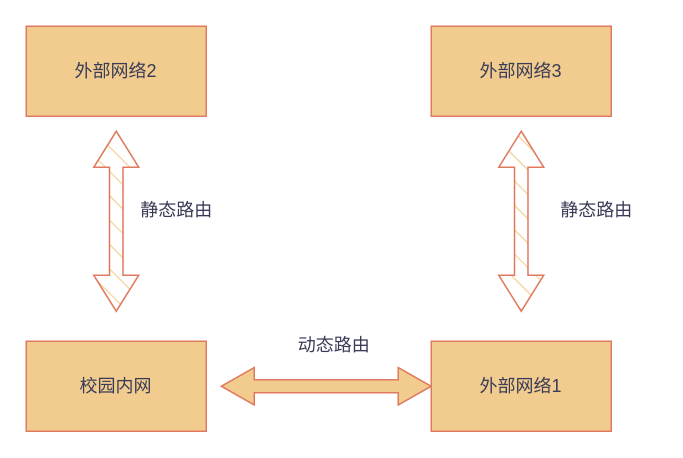
This is page "第 1 页" (1 of 3) of 未命名绘图.drawio from yyy-router/drawio, a draw.io file, before an edit. Source tidied: cells renumbered, new cells numbered last; positions are measured from the earlier drawing's top-left corner, leaving out a move shared by most shapes. Both pictures are drawn from the tidied source at 150%, with x=0, y=0 at pixel (26, 26).
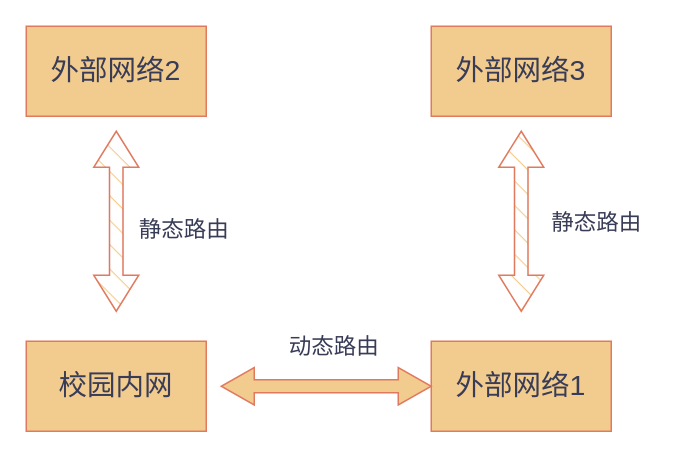
The same page after the edit.

Commit message (it also covers changes not shown here):
更新未命名绘图.drawio

The edit, as a diff of the source:
```diff
@@
 <mxGraphModel>
   <root>
     <mxCell id="0" />
     <mxCell id="1" parent="0" />
-    <mxCell id="2" value="校园内网" style="rounded=0;whiteSpace=wrap;html=1;labelBackgroundColor=none;fillColor=#F2CC8F;strokeColor=#E07A5F;fontColor=#393C56;" parent="1" vertex="1">
+    <mxCell id="2" value="&lt;font style=&quot;font-size: 19px;&quot;&gt;校园内网&lt;/font&gt;" style="rounded=0;whiteSpace=wrap;html=1;labelBackgroundColor=none;fillColor=#F2CC8F;strokeColor=#E07A5F;fontColor=#393C56;" parent="1" vertex="1">
       <mxGeometry y="210" width="120" height="60" as="geometry" />
     </mxCell>
-    <mxCell id="3" value="外部网络1" style="rounded=0;whiteSpace=wrap;html=1;labelBackgroundColor=none;fillColor=#F2CC8F;strokeColor=#E07A5F;fontColor=#393C56;" parent="1" vertex="1">
+    <mxCell id="3" value="&lt;font style=&quot;font-size: 19px;&quot;&gt;外部网络1&lt;/font&gt;" style="rounded=0;whiteSpace=wrap;html=1;labelBackgroundColor=none;fillColor=#F2CC8F;strokeColor=#E07A5F;fontColor=#393C56;" parent="1" vertex="1">
       <mxGeometry x="270" y="210" width="120" height="60" as="geometry" />
     </mxCell>
-    <mxCell id="4" value="外部网络2" style="rounded=0;whiteSpace=wrap;html=1;labelBackgroundColor=none;fillColor=#F2CC8F;strokeColor=#E07A5F;fontColor=#393C56;" parent="1" vertex="1">
+    <mxCell id="4" value="&lt;font style=&quot;font-size: 19px;&quot;&gt;外部网络2&lt;/font&gt;" style="rounded=0;whiteSpace=wrap;html=1;labelBackgroundColor=none;fillColor=#F2CC8F;strokeColor=#E07A5F;fontColor=#393C56;" parent="1" vertex="1">
       <mxGeometry width="120" height="60" as="geometry" />
     </mxCell>
-    <mxCell id="5" value="外部网络3" style="rounded=0;whiteSpace=wrap;html=1;labelBackgroundColor=none;fillColor=#F2CC8F;strokeColor=#E07A5F;fontColor=#393C56;" parent="1" vertex="1">
+    <mxCell id="5" value="&lt;font style=&quot;font-size: 19px;&quot;&gt;外部网络3&lt;/font&gt;" style="rounded=0;whiteSpace=wrap;html=1;labelBackgroundColor=none;fillColor=#F2CC8F;strokeColor=#E07A5F;fontColor=#393C56;" parent="1" vertex="1">
       <mxGeometry x="270" width="120" height="60" as="geometry" />
     </mxCell>
-    <mxCell id="6" value="动态路由" style="text;html=1;align=center;verticalAlign=middle;strokeColor=none;fillColor=none;labelBackgroundColor=none;fontColor=#393C56;" parent="1" vertex="1">
-      <mxGeometry x="170" y="197.5" width="70" height="30" as="geometry" />
+    <mxCell id="6" value="&lt;font style=&quot;font-size: 15px;&quot;&gt;动态路由&lt;/font&gt;" style="text;html=1;align=center;verticalAlign=middle;strokeColor=none;fillColor=none;labelBackgroundColor=none;fontColor=#393C56;" parent="1" vertex="1">
+      <mxGeometry x="165" y="197.5" width="80" height="30" as="geometry" />
     </mxCell>
     <mxCell id="7" style="html=1;shadow=0;dashed=0;align=center;verticalAlign=middle;shape=mxgraph.arrows2.twoWayArrow;dy=0.65;dx=22;strokeColor=#E07A5F;fontColor=#393C56;fillColor=#F2CC8F;" parent="1" vertex="1">
       <mxGeometry x="130" y="227.5" width="140" height="25" as="geometry" />
     </mxCell>
     <mxCell id="8" style="shape=doubleArrow;direction=south;whiteSpace=wrap;html=1;strokeColor=#E07A5F;fontColor=#393C56;fillColor=#F2CC8F;fillStyle=hatch;" parent="1" vertex="1">
       <mxGeometry x="45" y="70" width="30" height="120" as="geometry" />
     </mxCell>
     <mxCell id="9" style="shape=doubleArrow;direction=south;whiteSpace=wrap;html=1;strokeColor=#E07A5F;fontColor=#393C56;fillColor=#F2CC8F;fillStyle=hatch;" parent="1" vertex="1">
       <mxGeometry x="315" y="70" width="30" height="120" as="geometry" />
     </mxCell>
-    <mxCell id="10" value="静态路由" style="text;html=1;align=center;verticalAlign=middle;strokeColor=none;fillColor=none;fontColor=#393C56;" parent="1" vertex="1">
-      <mxGeometry x="65" y="108" width="70" height="30" as="geometry" />
+    <mxCell id="10" value="&lt;font style=&quot;font-size: 15px;&quot;&gt;静态路由&lt;/font&gt;" style="text;html=1;align=center;verticalAlign=middle;strokeColor=none;fillColor=none;fontColor=#393C56;" parent="1" vertex="1">
+      <mxGeometry x="65" y="120" width="80" height="30" as="geometry" />
     </mxCell>
-    <mxCell id="11" value="静态路由" style="text;html=1;align=center;verticalAlign=middle;strokeColor=none;fillColor=none;fontColor=#393C56;" parent="1" vertex="1">
-      <mxGeometry x="345" y="108" width="70" height="30" as="geometry" />
+    <mxCell id="11" value="&lt;font style=&quot;font-size: 15px;&quot;&gt;静态路由&lt;/font&gt;" style="text;html=1;align=center;verticalAlign=middle;strokeColor=none;fillColor=none;fontColor=#393C56;" parent="1" vertex="1">
+      <mxGeometry x="340" y="115" width="80" height="30" as="geometry" />
     </mxCell>
   </root>
 </mxGraphModel>
```
